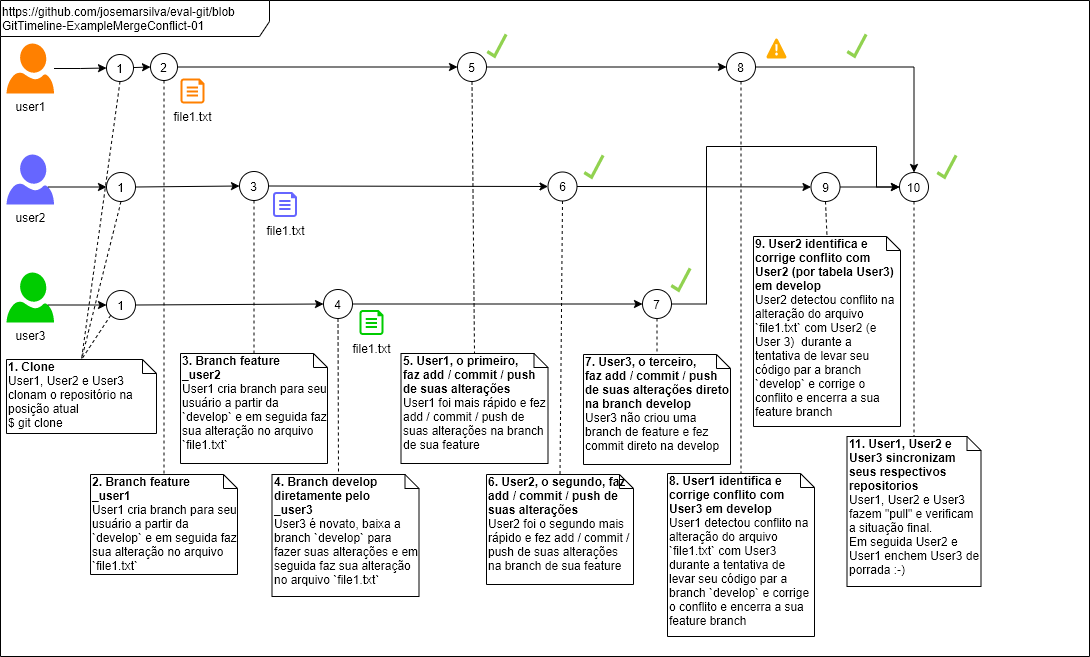
This is doc/GitTimeline-ExampleMergeConflict-01.png from josemarsilva/eval-git, a draw.io export, as it was before one commit. Source tidied: cells renumbered, new cells last; positions are measured from the earlier drawing's top-left corner, leaving out a move shared by most shapes.
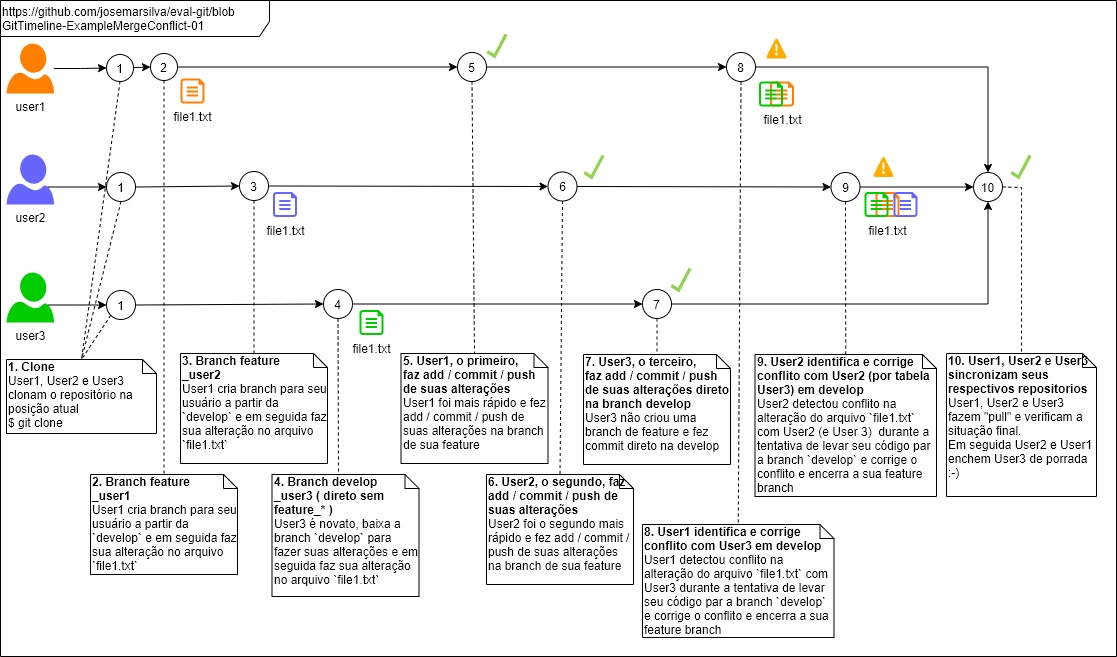
Later version of the same file.

Commit message:
ajustando imagem com a correcao tadeu

What changed in the source:
```diff
@@ -3,7 +3,7 @@
     <mxCell id="0" />
     <mxCell id="1" parent="0" />
     <mxCell id="2" value="https://github.com/josemarsilva/eval-git/blob&lt;br&gt;GitTimeline-ExampleMergeConflict-01" style="shape=umlFrame;whiteSpace=wrap;html=1;fontSize=12;align=left;width=269;height=36;" parent="1" vertex="1">
-      <mxGeometry width="1089" height="656" as="geometry" />
+      <mxGeometry width="1116" height="656" as="geometry" />
     </mxCell>
     <mxCell id="3" value="&lt;b&gt;2. Branch feature&lt;br&gt;_user1&lt;br&gt;&lt;/b&gt;User1 cria branch para seu usuário a partir da `develop` e em seguida faz sua alteração no arquivo `file1.txt`&amp;nbsp;&lt;br&gt;" style="shape=note;whiteSpace=wrap;html=1;size=14;verticalAlign=top;align=left;spacingTop=-6;fillColor=none;" parent="1" vertex="1">
       <mxGeometry x="90" y="474" width="147" height="100" as="geometry" />
@@ -95,7 +95,7 @@
     <mxCell id="32" style="rounded=0;jettySize=auto;html=1;entryX=0.5;entryY=0;entryDx=0;entryDy=0;entryPerimeter=0;dashed=1;exitX=0;exitY=1;exitDx=0;exitDy=0;endArrow=none;endFill=0;" parent="1" edge="1" source="27" target="12">
       <mxGeometry relative="1" as="geometry" />
     </mxCell>
-    <mxCell id="33" value="&lt;b&gt;4. Branch develop diretamente pelo&lt;br&gt;_user3&lt;br&gt;&lt;/b&gt;User3 é novato, baixa a branch `develop` para fazer suas alterações e em seguida faz sua alteração no arquivo `file1.txt`&amp;nbsp;" style="shape=note;whiteSpace=wrap;html=1;size=14;verticalAlign=top;align=left;spacingTop=-6;fillColor=none;" parent="1" vertex="1">
+    <mxCell id="33" value="&lt;b&gt;4. Branch develop&amp;nbsp; _user3 ( direto sem feature_* )&lt;br&gt;&lt;/b&gt;User3 é novato, baixa a branch `develop` para fazer suas alterações e em seguida faz sua alteração no arquivo `file1.txt`&amp;nbsp;" style="shape=note;whiteSpace=wrap;html=1;size=14;verticalAlign=top;align=left;spacingTop=-6;fillColor=none;" parent="1" vertex="1">
       <mxGeometry x="271.5" y="474" width="147" height="122" as="geometry" />
     </mxCell>
     <mxCell id="34" style="edgeStyle=orthogonalEdgeStyle;rounded=0;jettySize=auto;html=1;entryX=0;entryY=0.5;entryDx=0;entryDy=0;" parent="1" edge="1" source="35" target="48">
@@ -144,53 +144,65 @@
       <mxGeometry x="726" y="52" width="29" height="29" as="geometry" />
     </mxCell>
     <mxCell id="49" value="&lt;b&gt;8. User1 identifica e corrige conflito com User3 em develop&lt;br&gt;&lt;/b&gt;User1 detectou conflito na alteração do arquivo `file1.txt` com User3 durante a tentativa de levar seu código par a branch `develop` e corrige o conflito e encerra a sua feature branch" style="shape=note;whiteSpace=wrap;html=1;size=14;verticalAlign=top;align=left;spacingTop=-6;fillColor=none;" parent="1" vertex="1">
-      <mxGeometry x="667" y="473" width="147" height="163" as="geometry" />
+      <mxGeometry x="642" y="524" width="191.5" height="113" as="geometry" />
     </mxCell>
     <mxCell id="50" style="rounded=0;jettySize=auto;html=1;entryX=0.5;entryY=0;entryDx=0;entryDy=0;entryPerimeter=0;dashed=1;endArrow=none;endFill=0;exitX=0.5;exitY=1;exitDx=0;exitDy=0;" parent="1" edge="1" source="48" target="49">
       <mxGeometry relative="1" as="geometry" />
     </mxCell>
     <mxCell id="51" value="&lt;b&gt;9. User2 identifica e corrige conflito com User2 (por tabela User3) em develop&lt;br&gt;&lt;/b&gt;User2 detectou conflito na alteração do arquivo `file1.txt` com User2 (e User 3)&amp;nbsp; durante a tentativa de levar seu código par a branch `develop` e corrige o conflito e encerra a sua feature branch" style="shape=note;whiteSpace=wrap;html=1;size=14;verticalAlign=top;align=left;spacingTop=-6;fillColor=none;" parent="1" vertex="1">
-      <mxGeometry x="753" y="236" width="147" height="190" as="geometry" />
+      <mxGeometry x="754.5" y="354" width="181.5" height="142" as="geometry" />
     </mxCell>
     <mxCell id="52" style="rounded=0;jettySize=auto;html=1;entryX=0.5;entryY=0;entryDx=0;entryDy=0;entryPerimeter=0;dashed=1;exitX=0.5;exitY=1;exitDx=0;exitDy=0;endArrow=none;endFill=0;" parent="1" edge="1" source="58" target="51">
       <mxGeometry relative="1" as="geometry" />
     </mxCell>
-    <mxCell id="53" style="shadow=0;dashed=0;html=1;strokeColor=none;labelPosition=center;verticalLabelPosition=bottom;verticalAlign=top;align=center;shape=mxgraph.mscae.general.checkmark;fillColor=#91D250;" parent="1" vertex="1">
-      <mxGeometry x="846" y="33" width="21" height="25" as="geometry" />
-    </mxCell>
-    <mxCell id="54" style="rounded=0;jettySize=auto;html=1;dashed=1;endArrow=none;endFill=0;exitX=0.5;exitY=1;exitDx=0;exitDy=0;" parent="1" edge="1" source="56" target="60">
-      <mxGeometry relative="1" as="geometry" />
+    <mxCell id="54" style="rounded=0;jettySize=auto;html=1;dashed=1;endArrow=none;endFill=0;exitX=1;exitY=0.5;exitDx=0;exitDy=0;" parent="1" edge="1" source="56" target="60">
+      <mxGeometry relative="1" as="geometry">
+        <Array as="points">
+          <mxPoint x="1021" y="187" />
+        </Array>
+      </mxGeometry>
     </mxCell>
-    <mxCell id="55" style="rounded=0;jettySize=auto;html=1;entryX=0;entryY=0.5;entryDx=0;entryDy=0;exitX=1;exitY=0.5;exitDx=0;exitDy=0;edgeStyle=orthogonalEdgeStyle;" parent="1" edge="1" source="43" target="56">
-      <mxGeometry relative="1" as="geometry">
-        <Array as="points">
-          <mxPoint x="706" y="304" />
-          <mxPoint x="706" y="146" />
-          <mxPoint x="876" y="146" />
-          <mxPoint x="876" y="187" />
-        </Array>
-      </mxGeometry>
+    <mxCell id="55" style="rounded=0;jettySize=auto;html=1;entryX=0.5;entryY=1;entryDx=0;entryDy=0;exitX=1;exitY=0.5;exitDx=0;exitDy=0;edgeStyle=orthogonalEdgeStyle;" parent="1" edge="1" source="43" target="56">
+      <mxGeometry relative="1" as="geometry" />
     </mxCell>
     <mxCell id="56" value="10" style="ellipse;whiteSpace=wrap;html=1;fillColor=none;" parent="1" vertex="1">
-      <mxGeometry x="899" y="172" width="29" height="29" as="geometry" />
+      <mxGeometry x="973" y="172" width="29" height="29" as="geometry" />
     </mxCell>
     <mxCell id="57" style="shape=mxgraph.azure.azure_alert;fillColor=#FFAB00;strokeColor=none;html=1;" parent="1" vertex="1">
       <mxGeometry x="766" y="38" width="20" height="20" as="geometry" />
     </mxCell>
     <mxCell id="58" value="9" style="ellipse;whiteSpace=wrap;html=1;fillColor=none;" parent="1" vertex="1">
-      <mxGeometry x="810.5" y="172" width="29" height="29" as="geometry" />
+      <mxGeometry x="830.5" y="172" width="29" height="29" as="geometry" />
     </mxCell>
     <mxCell id="59" style="rounded=0;jettySize=auto;html=1;entryX=0;entryY=0.5;entryDx=0;entryDy=0;" parent="1" edge="1" source="42" target="58">
       <mxGeometry relative="1" as="geometry" />
     </mxCell>
-    <mxCell id="60" value="&lt;b&gt;11. User1, User2 e User3 sincronizam seus respectivos repositorios&lt;br&gt;&lt;/b&gt;User1, User2 e User3 fazem &quot;pull&quot; e verificam a situação final.&lt;br&gt;Em seguida User2 e User1 enchem User3 de porrada :-)" style="shape=note;whiteSpace=wrap;html=1;size=14;verticalAlign=top;align=left;spacingTop=-6;fillColor=none;" parent="1" vertex="1">
-      <mxGeometry x="846.5" y="436" width="134" height="150" as="geometry" />
+    <mxCell id="60" value="&lt;b&gt;10. User1, User2 e User3 sincronizam seus respectivos repositorios&lt;br&gt;&lt;/b&gt;User1, User2 e User3 fazem &quot;pull&quot; e verificam a situação final.&lt;br&gt;Em seguida User2 e User1 enchem User3 de porrada :-)" style="shape=note;whiteSpace=wrap;html=1;size=14;verticalAlign=top;align=left;spacingTop=-6;fillColor=none;" parent="1" vertex="1">
+      <mxGeometry x="946" y="353" width="150" height="143" as="geometry" />
     </mxCell>
     <mxCell id="61" style="shadow=0;dashed=0;html=1;strokeColor=none;labelPosition=center;verticalLabelPosition=bottom;verticalAlign=top;align=center;shape=mxgraph.mscae.general.checkmark;fillColor=#91D250;" parent="1" vertex="1">
-      <mxGeometry x="936" y="154" width="21" height="25" as="geometry" />
+      <mxGeometry x="1010" y="154" width="21" height="25" as="geometry" />
     </mxCell>
     <mxCell id="62" style="shadow=0;dashed=0;html=1;strokeColor=none;labelPosition=center;verticalLabelPosition=bottom;verticalAlign=top;align=center;shape=mxgraph.mscae.general.checkmark;fillColor=#91D250;" parent="1" vertex="1">
       <mxGeometry x="583" y="154" width="21" height="25" as="geometry" />
     </mxCell>
+    <mxCell id="63" style="shape=mxgraph.azure.azure_alert;fillColor=#FFAB00;strokeColor=none;html=1;" parent="1" vertex="1">
+      <mxGeometry x="873" y="156.5" width="20" height="20" as="geometry" />
+    </mxCell>
+    <mxCell id="64" value="file1.txt" style="verticalLabelPosition=bottom;html=1;verticalAlign=top;align=center;strokeColor=none;fillColor=#FF8000;shape=mxgraph.azure.cloud_services_configuration_file;" parent="1" vertex="1">
+      <mxGeometry x="769.5" y="81" width="24" height="25" as="geometry" />
+    </mxCell>
+    <mxCell id="65" style="verticalLabelPosition=bottom;html=1;verticalAlign=top;align=center;strokeColor=none;fillColor=#00CC00;shape=mxgraph.azure.cloud_services_configuration_file;" parent="1" vertex="1">
+      <mxGeometry x="758.5" y="81" width="24" height="25" as="geometry" />
+    </mxCell>
+    <mxCell id="66" value="file1.txt" style="verticalLabelPosition=bottom;html=1;verticalAlign=top;align=center;strokeColor=none;fillColor=#FF8000;shape=mxgraph.azure.cloud_services_configuration_file;" parent="1" vertex="1">
+      <mxGeometry x="875" y="191.5" width="24" height="25" as="geometry" />
+    </mxCell>
+    <mxCell id="67" style="verticalLabelPosition=bottom;html=1;verticalAlign=top;align=center;strokeColor=none;fillColor=#00CC00;shape=mxgraph.azure.cloud_services_configuration_file;" parent="1" vertex="1">
+      <mxGeometry x="864" y="191.5" width="24" height="25" as="geometry" />
+    </mxCell>
+    <mxCell id="68" style="verticalLabelPosition=bottom;html=1;verticalAlign=top;align=center;strokeColor=none;fillColor=#6666FF;shape=mxgraph.azure.cloud_services_configuration_file;" parent="1" vertex="1">
+      <mxGeometry x="893" y="191.5" width="24" height="25" as="geometry" />
+    </mxCell>
   </root>
 </mxGraphModel>
```
